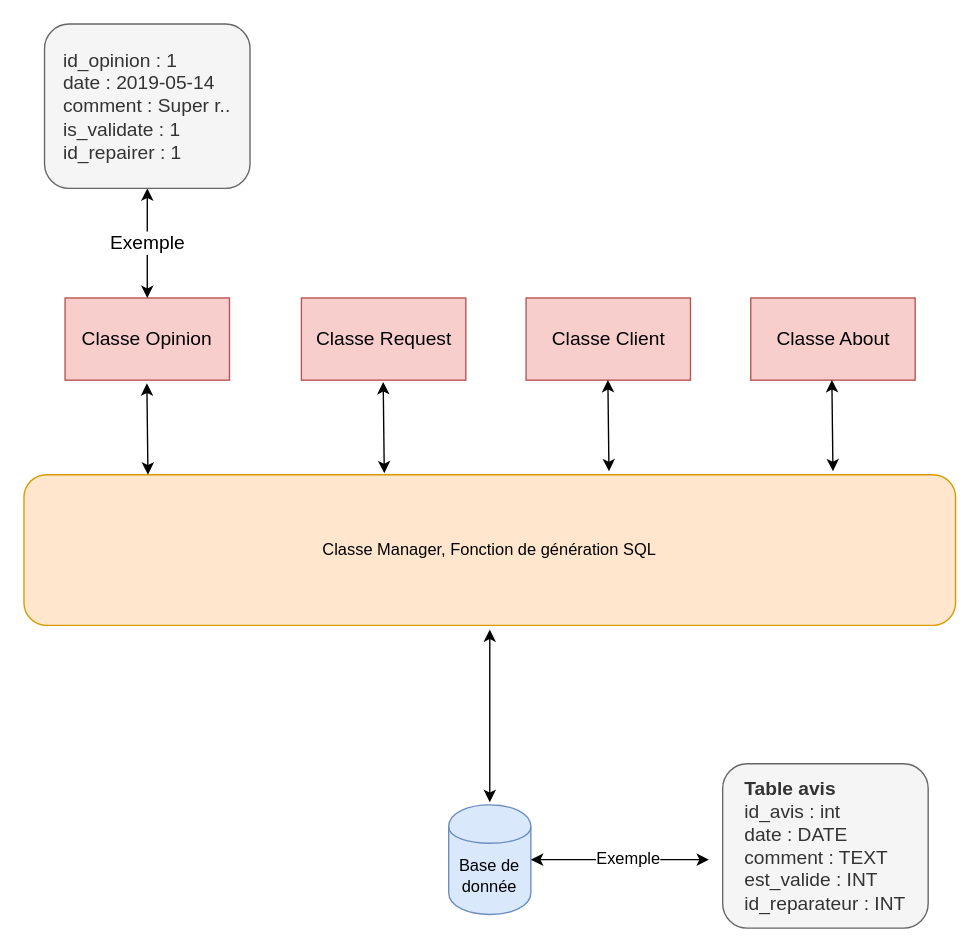
Above: TPI/docs/Documentation/Diagramme/diagramme_POO.drawio in jonathanboreljaquet/TPI_Borel-Jaquet (draw.io), before the change. Source tidied: cells renumbered, new cells numbered last; positions are measured from the earlier drawing's top-left corner, leaving out a move shared by most shapes. Both pictures are drawn from the tidied source at 137%, with x=0, y=0 at pixel (23, 23).
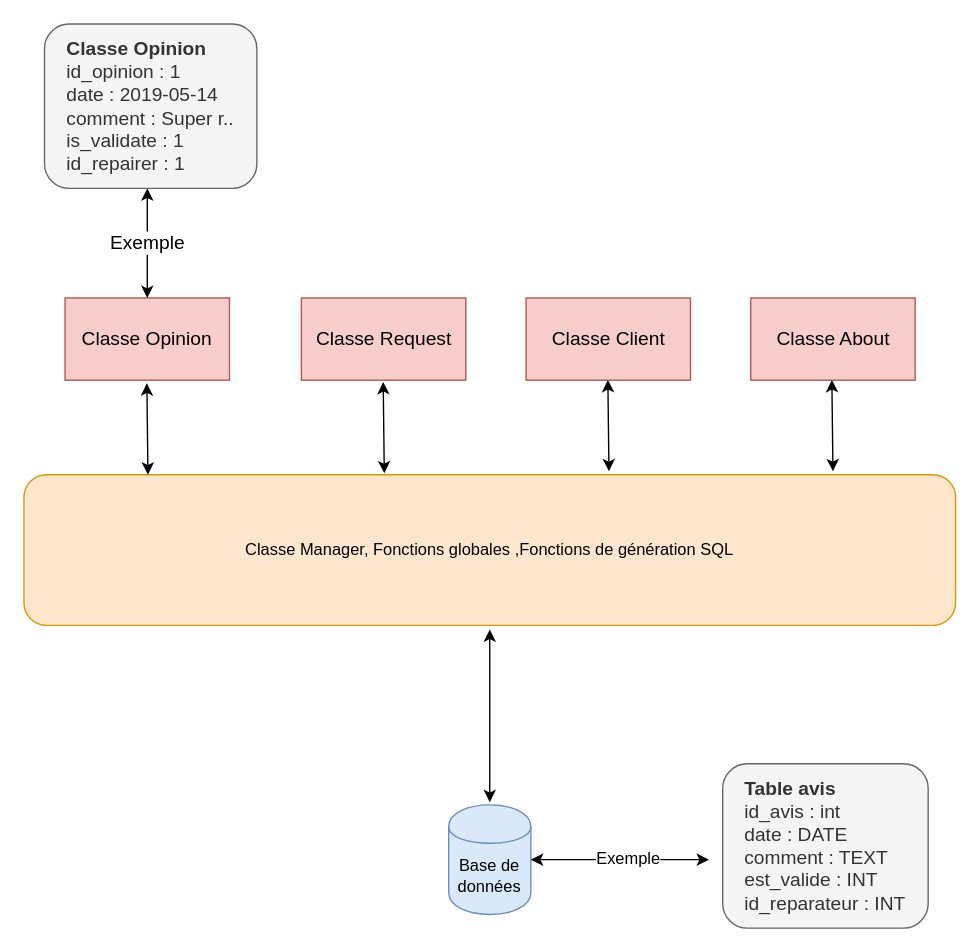
The same page after the edit.

The edit, as a diff of the source:
```diff
@@
-    <mxCell id="2" value="Base de donnée" style="shape=cylinder;whiteSpace=wrap;html=1;boundedLbl=1;backgroundOutline=1;fillColor=#dae8fc;strokeColor=#6c8ebf;" parent="1" vertex="1">
+    <mxCell id="2" value="Base de données" style="shape=cylinder;whiteSpace=wrap;html=1;boundedLbl=1;backgroundOutline=1;fillColor=#dae8fc;strokeColor=#6c8ebf;" parent="1" vertex="1">
       <mxGeometry x="310" y="570" width="60" height="80" as="geometry" />
     </mxCell>
-    <mxCell id="3" value="Classe Manager, Fonction de génération SQL" style="rounded=1;whiteSpace=wrap;html=1;fillColor=#ffe6cc;strokeColor=#d79b00;" parent="1" vertex="1">
+    <mxCell id="3" value="Classe Manager, Fonctions globales ,Fonctions de génération SQL" style="rounded=1;whiteSpace=wrap;html=1;fillColor=#ffe6cc;strokeColor=#d79b00;" parent="1" vertex="1">
       <mxGeometry y="329" width="680" height="110" as="geometry" />
     </mxCell>
@@
-    <mxCell id="17" value="&lt;div style=&quot;text-align: left ; font-size: 14px&quot;&gt;&lt;font style=&quot;font-size: 14px&quot;&gt;id_opinion : 1&lt;/font&gt;&lt;/div&gt;&lt;div style=&quot;text-align: left ; font-size: 14px&quot;&gt;&lt;font style=&quot;font-size: 14px&quot;&gt;date : 2019-05-14&lt;/font&gt;&lt;/div&gt;&lt;div style=&quot;text-align: left ; font-size: 14px&quot;&gt;&lt;font style=&quot;font-size: 14px&quot;&gt;comment : Super r..&lt;/font&gt;&lt;/div&gt;&lt;div style=&quot;text-align: left ; font-size: 14px&quot;&gt;&lt;font style=&quot;font-size: 14px&quot;&gt;is_validate : 1&lt;/font&gt;&lt;/div&gt;&lt;div style=&quot;text-align: left ; font-size: 14px&quot;&gt;&lt;font style=&quot;font-size: 14px&quot;&gt;id_repairer : 1&lt;/font&gt;&lt;/div&gt;&lt;div style=&quot;text-align: left ; font-size: 14px&quot;&gt;&lt;/div&gt;" style="rounded=1;whiteSpace=wrap;html=1;fontSize=14;fillColor=#f5f5f5;strokeColor=#666666;fontColor=#333333;" parent="1" vertex="1">
-      <mxGeometry x="15" width="150" height="120" as="geometry" />
+    <mxCell id="17" value="&lt;div style=&quot;text-align: left ; font-size: 14px&quot;&gt;&lt;font style=&quot;font-size: 14px&quot;&gt;&lt;b&gt;Classe Opinion&lt;/b&gt;&lt;/font&gt;&lt;/div&gt;&lt;div style=&quot;text-align: left ; font-size: 14px&quot;&gt;&lt;font style=&quot;font-size: 14px&quot;&gt;id_opinion : 1&lt;/font&gt;&lt;/div&gt;&lt;div style=&quot;text-align: left ; font-size: 14px&quot;&gt;&lt;font style=&quot;font-size: 14px&quot;&gt;date : 2019-05-14&lt;/font&gt;&lt;/div&gt;&lt;div style=&quot;text-align: left ; font-size: 14px&quot;&gt;&lt;font style=&quot;font-size: 14px&quot;&gt;comment : Super r..&lt;/font&gt;&lt;/div&gt;&lt;div style=&quot;text-align: left ; font-size: 14px&quot;&gt;&lt;font style=&quot;font-size: 14px&quot;&gt;is_validate : 1&lt;/font&gt;&lt;/div&gt;&lt;div style=&quot;text-align: left ; font-size: 14px&quot;&gt;&lt;font style=&quot;font-size: 14px&quot;&gt;id_repairer : 1&lt;/font&gt;&lt;/div&gt;&lt;div style=&quot;text-align: left ; font-size: 14px&quot;&gt;&lt;/div&gt;" style="rounded=1;whiteSpace=wrap;html=1;fontSize=14;fillColor=#f5f5f5;strokeColor=#666666;fontColor=#333333;" parent="1" vertex="1">
+      <mxGeometry x="15" width="155" height="120" as="geometry" />
     </mxCell>
```
